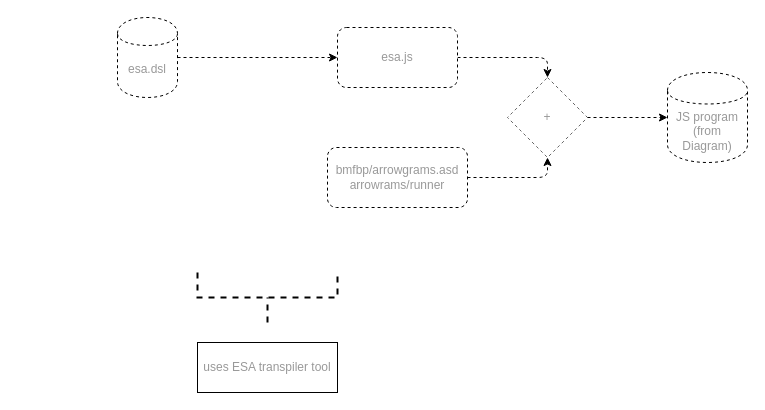
The draw.io diagram page "JS Program" (12 of 12) of project overview.drawio in bmfbp/bmfbp, before the edit. Source tidied: cells renumbered, new cells numbered last; positions are measured from the earlier drawing's top-left corner, leaving out a move shared by most shapes. Both pictures are drawn from the tidied source at 100%, with x=0, y=0 at pixel (117, 17).
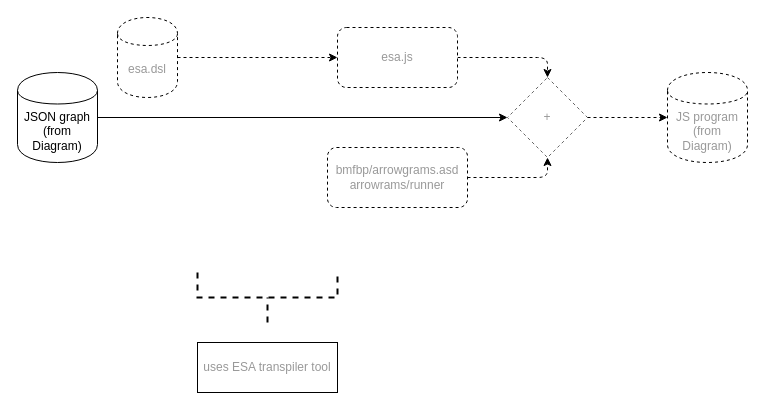
Above is the later version.

The edit, as a diff of the source:
```diff
@@
 <mxGraphModel>
   <root>
     <mxCell id="0" />
     <mxCell id="1" parent="0" />
     <mxCell id="2" style="strokeWidth=2;html=1;shape=mxgraph.flowchart.annotation_2;align=left;labelPosition=right;rotation=-90;dashed=1;" parent="1" vertex="1">
       <mxGeometry x="125" y="210" width="50" height="140" as="geometry" />
     </mxCell>
     <mxCell id="3" value="uses ESA transpiler tool" style="text;html=1;strokeColor=#000000;fillColor=none;align=center;verticalAlign=middle;whiteSpace=wrap;rounded=0;fontColor=#999999;" parent="1" vertex="1">
       <mxGeometry x="80" y="325" width="140" height="50" as="geometry" />
     </mxCell>
     <mxCell id="4" style="edgeStyle=orthogonalEdgeStyle;rounded=1;jettySize=auto;html=1;exitX=1;exitY=0.5;exitDx=0;exitDy=0;entryX=0.5;entryY=1;entryDx=0;entryDy=0;dashed=1;fontColor=#999999;" parent="1" edge="1" source="5" target="11">
       <mxGeometry relative="1" as="geometry" />
     </mxCell>
     <mxCell id="5" value="bmfbp/arrowgrams.asd arrowrams/runner" style="rounded=1;whiteSpace=wrap;html=1;dashed=1;fontColor=#999999;" parent="1" vertex="1">
       <mxGeometry x="210" y="130" width="140" height="60" as="geometry" />
     </mxCell>
     <mxCell id="6" style="edgeStyle=orthogonalEdgeStyle;rounded=1;jettySize=auto;html=1;exitX=1;exitY=0.5;exitDx=0;exitDy=0;entryX=0.5;entryY=0;entryDx=0;entryDy=0;dashed=1;fontColor=#999999;" parent="1" edge="1" source="7" target="11">
       <mxGeometry relative="1" as="geometry" />
     </mxCell>
     <mxCell id="7" value="esa.js" style="rounded=1;whiteSpace=wrap;html=1;dashed=1;fontColor=#999999;" parent="1" vertex="1">
       <mxGeometry x="220" y="10" width="120" height="60" as="geometry" />
     </mxCell>
     <mxCell id="8" style="edgeStyle=orthogonalEdgeStyle;rounded=1;jettySize=auto;html=1;entryX=0;entryY=0.5;entryDx=0;entryDy=0;dashed=1;fontColor=#999999;" parent="1" edge="1" source="9" target="7">
       <mxGeometry relative="1" as="geometry" />
     </mxCell>
     <mxCell id="9" value="esa.dsl" style="shape=cylinder;whiteSpace=wrap;html=1;boundedLbl=1;backgroundOutline=1;dashed=1;fontColor=#999999;" parent="1" vertex="1">
       <mxGeometry width="60" height="80" as="geometry" />
     </mxCell>
     <mxCell id="10" style="edgeStyle=orthogonalEdgeStyle;rounded=1;jettySize=auto;html=1;exitX=1;exitY=0.5;exitDx=0;exitDy=0;dashed=1;fontColor=#999999;" parent="1" edge="1" source="11" target="12">
       <mxGeometry relative="1" as="geometry" />
     </mxCell>
     <mxCell id="11" value="+" style="rhombus;whiteSpace=wrap;html=1;shadow=0;opacity=60;dashed=1;fontColor=#999999;" parent="1" vertex="1">
       <mxGeometry x="390" y="60" width="80" height="80" as="geometry" />
     </mxCell>
     <mxCell id="12" value="JS program (from Diagram)" style="shape=cylinder;whiteSpace=wrap;html=1;boundedLbl=1;backgroundOutline=1;shadow=0;dashed=1;fontColor=#999999;" parent="1" vertex="1">
       <mxGeometry x="550" y="55" width="80" height="90" as="geometry" />
     </mxCell>
+    <mxCell id="13" style="edgeStyle=none;rounded=1;jettySize=auto;html=1;exitX=1;exitY=0.5;exitDx=0;exitDy=0;entryX=0;entryY=0.5;entryDx=0;entryDy=0;endArrow=classic;endFill=1;fontColor=#CCCCCC;" parent="1" edge="1" source="14" target="11">
+      <mxGeometry relative="1" as="geometry" />
+    </mxCell>
+    <mxCell id="14" value="JSON graph (from Diagram)" style="shape=cylinder;whiteSpace=wrap;html=1;boundedLbl=1;backgroundOutline=1;" parent="1" vertex="1">
+      <mxGeometry x="-100" y="55" width="80" height="90" as="geometry" />
+    </mxCell>
   </root>
 </mxGraphModel>
```
